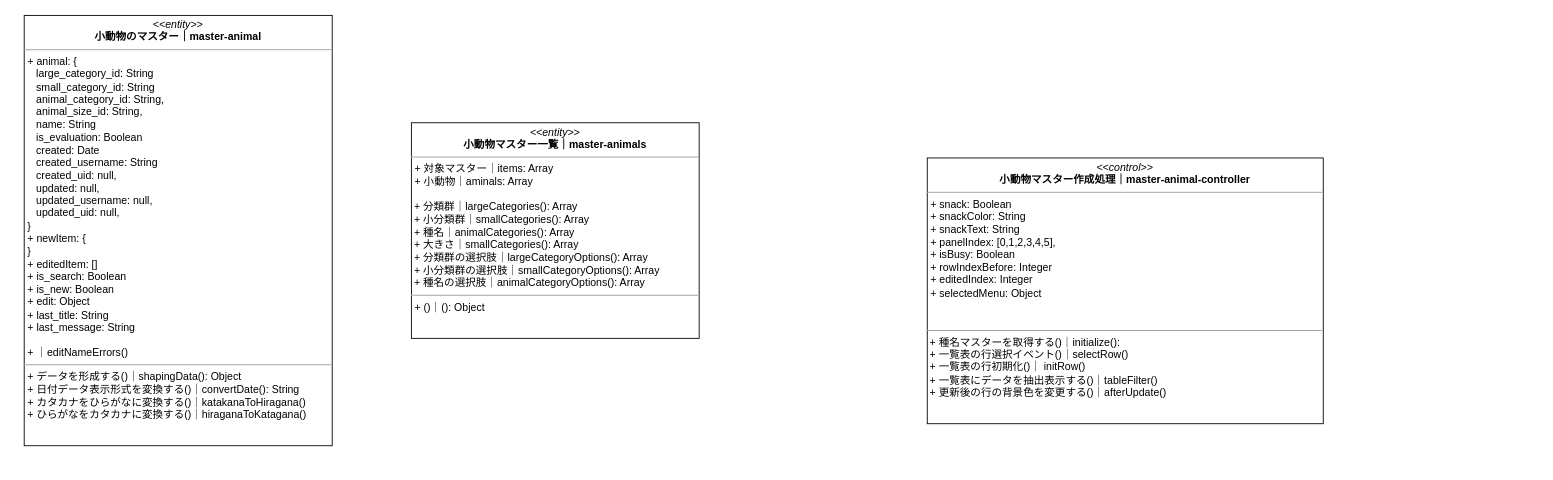
This is iriomote-anymaps.drawio from kaoru387/draw.io, a draw.io file, before an edit. Source tidied: cells renumbered, new cells numbered last; positions are measured from the earlier drawing's top-left corner, leaving out a move shared by most shapes. Both pictures are drawn from the tidied source at 88%, with x=0, y=0 at pixel (24, 15).
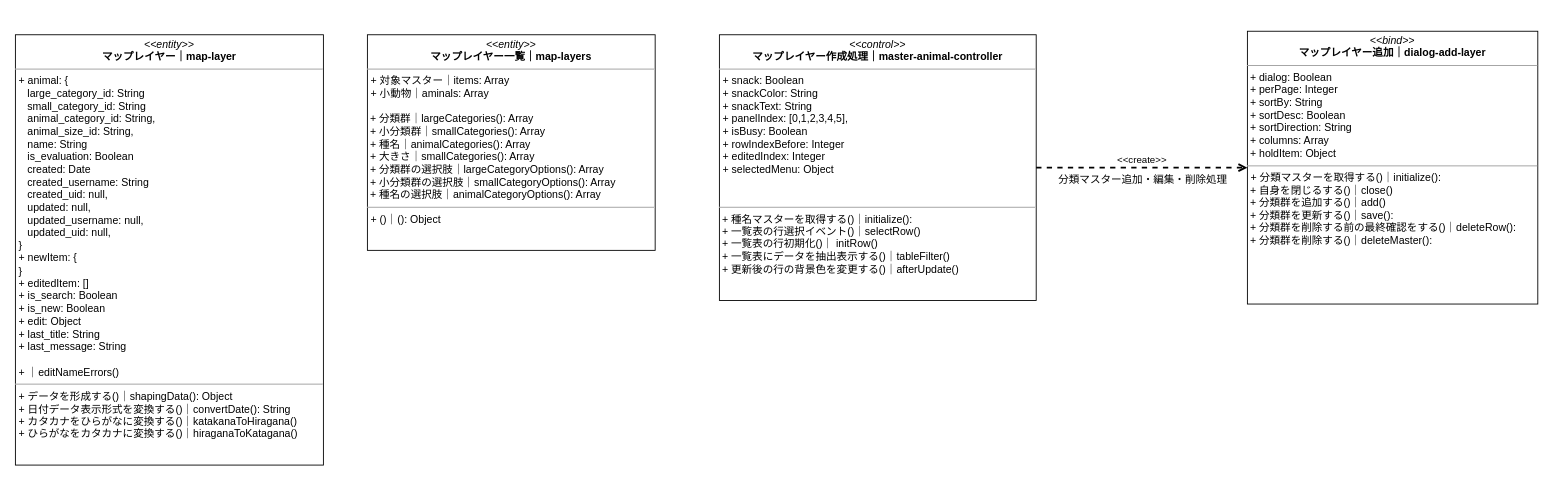
Above is the later version.

Commit message (it also covers changes not shown here):
iriomote-anymaps.drawio を更新します

What changed in the source:
```diff
@@
 <mxGraphModel>
   <root>
     <mxCell id="0" />
     <mxCell id="1" parent="0" />
-    <mxCell id="2" value="&lt;p style=&quot;margin:0px;margin-top:4px;text-align:center;&quot;&gt;&lt;i&gt;&amp;lt;&amp;lt;control&amp;gt;&amp;gt;&lt;/i&gt;&lt;br&gt;&lt;b&gt;小動物マスター作成処理｜master-animal-controller&lt;/b&gt;&lt;/p&gt;&lt;hr size=&quot;1&quot;&gt;&lt;p style=&quot;margin:0px;margin-left:4px;&quot;&gt;+&amp;nbsp;&lt;span style=&quot;background-color: initial;&quot;&gt;snack: Boolean&lt;/span&gt;&lt;/p&gt;&lt;p style=&quot;margin:0px;margin-left:4px;&quot;&gt;+ snackColor: String&lt;/p&gt;&lt;p style=&quot;margin:0px;margin-left:4px;&quot;&gt;+ snackText: String&lt;/p&gt;&lt;p style=&quot;margin:0px;margin-left:4px;&quot;&gt;+ panelIndex: [0,1,2,3,4,5],&lt;/p&gt;&lt;p style=&quot;margin:0px;margin-left:4px;&quot;&gt;+ isBusy: Boolean&lt;/p&gt;&lt;p style=&quot;margin:0px;margin-left:4px;&quot;&gt;+ rowIndexBefore: Integer&lt;/p&gt;&lt;p style=&quot;margin:0px;margin-left:4px;&quot;&gt;+ editedIndex: Integer&lt;/p&gt;&lt;p style=&quot;margin:0px;margin-left:4px;&quot;&gt;+ selectedMenu: Object&lt;/p&gt;&lt;br&gt;&lt;div&gt;&lt;/div&gt;&lt;br&gt;&lt;hr size=&quot;1&quot;&gt;&lt;p style=&quot;margin:0px;margin-left:4px;&quot;&gt;&lt;/p&gt;&amp;nbsp;+ 種名マスターを取得する()｜initialize():&amp;nbsp;&lt;br&gt;&amp;nbsp;&lt;span style=&quot;background-color: initial;&quot;&gt;+&amp;nbsp;&lt;/span&gt;一覧表の行選択イベント()｜&lt;span style=&quot;background-color: initial;&quot;&gt;selectRow()&lt;/span&gt;&lt;br&gt;&amp;nbsp;+ 一覧表の行初期化()｜&lt;span style=&quot;background-color: initial;&quot;&gt;&amp;nbsp;initRow()&lt;br&gt;&lt;/span&gt;&amp;nbsp;+ 一覧表にデータを抽出表示する()｜&lt;span style=&quot;background-color: initial;&quot;&gt;tableFilter()&lt;br&gt;&lt;/span&gt;&amp;nbsp;+ 更新後の行の背景色を変更する()｜&lt;span style=&quot;background-color: initial;&quot;&gt;afterUpdate()&lt;br&gt;&lt;/span&gt;" style="verticalAlign=top;align=left;overflow=fill;fontSize=12;fontFamily=Helvetica;html=1;" parent="1" vertex="1">
-      <mxGeometry x="1026.2" y="162" width="450" height="302" as="geometry" />
+    <mxCell id="2" value="&lt;p style=&quot;margin:0px;margin-top:4px;text-align:center;&quot;&gt;&lt;i&gt;&amp;lt;&amp;lt;control&amp;gt;&amp;gt;&lt;/i&gt;&lt;br&gt;&lt;b&gt;マップレイヤー作成処理｜master-animal-controller&lt;/b&gt;&lt;/p&gt;&lt;hr size=&quot;1&quot;&gt;&lt;p style=&quot;margin:0px;margin-left:4px;&quot;&gt;+&amp;nbsp;&lt;span style=&quot;background-color: initial;&quot;&gt;snack: Boolean&lt;/span&gt;&lt;/p&gt;&lt;p style=&quot;margin:0px;margin-left:4px;&quot;&gt;+ snackColor: String&lt;/p&gt;&lt;p style=&quot;margin:0px;margin-left:4px;&quot;&gt;+ snackText: String&lt;/p&gt;&lt;p style=&quot;margin:0px;margin-left:4px;&quot;&gt;+ panelIndex: [0,1,2,3,4,5],&lt;/p&gt;&lt;p style=&quot;margin:0px;margin-left:4px;&quot;&gt;+ isBusy: Boolean&lt;/p&gt;&lt;p style=&quot;margin:0px;margin-left:4px;&quot;&gt;+ rowIndexBefore: Integer&lt;/p&gt;&lt;p style=&quot;margin:0px;margin-left:4px;&quot;&gt;+ editedIndex: Integer&lt;/p&gt;&lt;p style=&quot;margin:0px;margin-left:4px;&quot;&gt;+ selectedMenu: Object&lt;/p&gt;&lt;br&gt;&lt;div&gt;&lt;/div&gt;&lt;br&gt;&lt;hr size=&quot;1&quot;&gt;&lt;p style=&quot;margin:0px;margin-left:4px;&quot;&gt;&lt;/p&gt;&amp;nbsp;+ 種名マスターを取得する()｜initialize():&amp;nbsp;&lt;br&gt;&amp;nbsp;&lt;span style=&quot;background-color: initial;&quot;&gt;+&amp;nbsp;&lt;/span&gt;一覧表の行選択イベント()｜&lt;span style=&quot;background-color: initial;&quot;&gt;selectRow()&lt;/span&gt;&lt;br&gt;&amp;nbsp;+ 一覧表の行初期化()｜&lt;span style=&quot;background-color: initial;&quot;&gt;&amp;nbsp;initRow()&lt;br&gt;&lt;/span&gt;&amp;nbsp;+ 一覧表にデータを抽出表示する()｜&lt;span style=&quot;background-color: initial;&quot;&gt;tableFilter()&lt;br&gt;&lt;/span&gt;&amp;nbsp;+ 更新後の行の背景色を変更する()｜&lt;span style=&quot;background-color: initial;&quot;&gt;afterUpdate()&lt;br&gt;&lt;/span&gt;" style="verticalAlign=top;align=left;overflow=fill;fontSize=12;fontFamily=Helvetica;html=1;" parent="1" vertex="1">
+      <mxGeometry x="790" y="22" width="360" height="302" as="geometry" />
     </mxCell>
-    <mxCell id="3" value="&lt;p style=&quot;margin:0px;margin-top:4px;text-align:center;&quot;&gt;&lt;i&gt;&amp;lt;&amp;lt;entity&amp;gt;&amp;gt;&lt;/i&gt;&lt;br&gt;&lt;b&gt;小動物のマスター｜master-animal&lt;/b&gt;&lt;/p&gt;&lt;hr size=&quot;1&quot;&gt;&lt;p style=&quot;margin:0px;margin-left:4px;&quot;&gt;&lt;span style=&quot;background-color: initial;&quot;&gt;+ animal: {&amp;nbsp;&lt;/span&gt;&lt;/p&gt;&lt;p style=&quot;margin:0px;margin-left:4px;&quot;&gt;&amp;nbsp; &amp;nbsp;large_category_id: String&lt;/p&gt;&lt;p style=&quot;margin:0px;margin-left:4px;&quot;&gt;&amp;nbsp; &amp;nbsp;small_category_id: String&lt;/p&gt;&lt;p style=&quot;margin:0px;margin-left:4px;&quot;&gt;&amp;nbsp; &amp;nbsp;animal_category_id: String,&lt;/p&gt;&lt;p style=&quot;margin:0px;margin-left:4px;&quot;&gt;&amp;nbsp; &amp;nbsp;animal_size_id: String,&lt;/p&gt;&lt;p style=&quot;margin:0px;margin-left:4px;&quot;&gt;&amp;nbsp; &amp;nbsp;name: String&lt;/p&gt;&lt;p style=&quot;margin:0px;margin-left:4px;&quot;&gt;&lt;span style=&quot;background-color: initial;&quot;&gt;&amp;nbsp; &amp;nbsp;is_evaluation: Boolean&lt;/span&gt;&lt;br&gt;&lt;/p&gt;&lt;p style=&quot;margin:0px;margin-left:4px;&quot;&gt;&amp;nbsp; &amp;nbsp;created: Date&lt;/p&gt;&lt;p style=&quot;margin:0px;margin-left:4px;&quot;&gt;&amp;nbsp; &amp;nbsp;created_username: String&lt;/p&gt;&lt;p style=&quot;margin:0px;margin-left:4px;&quot;&gt;&amp;nbsp; &amp;nbsp;created_uid: null,&lt;/p&gt;&lt;p style=&quot;margin:0px;margin-left:4px;&quot;&gt;&amp;nbsp; &amp;nbsp;updated: null,&lt;/p&gt;&lt;p style=&quot;margin:0px;margin-left:4px;&quot;&gt;&amp;nbsp; &amp;nbsp;updated_username: null,&lt;/p&gt;&lt;p style=&quot;margin:0px;margin-left:4px;&quot;&gt;&amp;nbsp; &amp;nbsp;updated_uid: null,&lt;/p&gt;&lt;p style=&quot;margin:0px;margin-left:4px;&quot;&gt;}&lt;/p&gt;&lt;p style=&quot;margin: 0px 0px 0px 4px;&quot;&gt;+&amp;nbsp;newItem: {&lt;/p&gt;&lt;p style=&quot;margin: 0px 0px 0px 4px;&quot;&gt;}&lt;/p&gt;&lt;p style=&quot;margin: 0px 0px 0px 4px;&quot;&gt;&lt;span style=&quot;background-color: initial;&quot;&gt;+ editedItem: []&lt;/span&gt;&lt;/p&gt;&lt;p style=&quot;margin: 0px 0px 0px 4px;&quot;&gt;+&amp;nbsp;is_search: Boolean&lt;/p&gt;&lt;p style=&quot;margin: 0px 0px 0px 4px;&quot;&gt;+&amp;nbsp;is_new: Boolean&lt;br&gt;&lt;/p&gt;&lt;p style=&quot;margin: 0px 0px 0px 4px;&quot;&gt;+&amp;nbsp;edit: Object&lt;br&gt;&lt;/p&gt;&lt;p style=&quot;margin: 0px 0px 0px 4px;&quot;&gt;+&amp;nbsp;last_title: String&lt;/p&gt;&lt;p style=&quot;margin: 0px 0px 0px 4px;&quot;&gt;+&amp;nbsp;last_message: String&lt;/p&gt;&lt;p style=&quot;margin: 0px 0px 0px 4px;&quot;&gt;&lt;br&gt;&lt;/p&gt;&lt;p style=&quot;margin: 0px 0px 0px 4px;&quot;&gt;+ ｜editNameErrors()&lt;/p&gt;&lt;hr size=&quot;1&quot;&gt;&lt;p style=&quot;margin:0px;margin-left:4px;&quot;&gt;+ データを形成する()｜shapingData(): Object&lt;br&gt;&lt;/p&gt;&lt;p style=&quot;margin:0px;margin-left:4px;&quot;&gt;+ 日付データ表示形式を変換する()｜convertDate(): String&lt;br&gt;&lt;/p&gt;&lt;p style=&quot;margin:0px;margin-left:4px;&quot;&gt;+ カタカナをひらがなに変換する()｜katakanaToHiragana()&lt;/p&gt;&lt;p style=&quot;margin:0px;margin-left:4px;&quot;&gt;+ ひらがなをカタカナ&lt;span style=&quot;background-color: initial;&quot;&gt;に変換する()｜hiraganaToKatagana()&lt;/span&gt;&lt;/p&gt;" style="verticalAlign=top;align=left;overflow=fill;fontSize=12;fontFamily=Helvetica;html=1;" parent="1" vertex="1">
-      <mxGeometry width="350" height="489" as="geometry" />
+    <mxCell id="3" value="&lt;p style=&quot;margin:0px;margin-top:4px;text-align:center;&quot;&gt;&lt;i&gt;&amp;lt;&amp;lt;entity&amp;gt;&amp;gt;&lt;/i&gt;&lt;br&gt;&lt;b&gt;マップレイヤー｜map-layer&lt;/b&gt;&lt;/p&gt;&lt;hr size=&quot;1&quot;&gt;&lt;p style=&quot;margin:0px;margin-left:4px;&quot;&gt;&lt;span style=&quot;background-color: initial;&quot;&gt;+ animal: {&amp;nbsp;&lt;/span&gt;&lt;/p&gt;&lt;p style=&quot;margin:0px;margin-left:4px;&quot;&gt;&amp;nbsp; &amp;nbsp;large_category_id: String&lt;/p&gt;&lt;p style=&quot;margin:0px;margin-left:4px;&quot;&gt;&amp;nbsp; &amp;nbsp;small_category_id: String&lt;/p&gt;&lt;p style=&quot;margin:0px;margin-left:4px;&quot;&gt;&amp;nbsp; &amp;nbsp;animal_category_id: String,&lt;/p&gt;&lt;p style=&quot;margin:0px;margin-left:4px;&quot;&gt;&amp;nbsp; &amp;nbsp;animal_size_id: String,&lt;/p&gt;&lt;p style=&quot;margin:0px;margin-left:4px;&quot;&gt;&amp;nbsp; &amp;nbsp;name: String&lt;/p&gt;&lt;p style=&quot;margin:0px;margin-left:4px;&quot;&gt;&lt;span style=&quot;background-color: initial;&quot;&gt;&amp;nbsp; &amp;nbsp;is_evaluation: Boolean&lt;/span&gt;&lt;br&gt;&lt;/p&gt;&lt;p style=&quot;margin:0px;margin-left:4px;&quot;&gt;&amp;nbsp; &amp;nbsp;created: Date&lt;/p&gt;&lt;p style=&quot;margin:0px;margin-left:4px;&quot;&gt;&amp;nbsp; &amp;nbsp;created_username: String&lt;/p&gt;&lt;p style=&quot;margin:0px;margin-left:4px;&quot;&gt;&amp;nbsp; &amp;nbsp;created_uid: null,&lt;/p&gt;&lt;p style=&quot;margin:0px;margin-left:4px;&quot;&gt;&amp;nbsp; &amp;nbsp;updated: null,&lt;/p&gt;&lt;p style=&quot;margin:0px;margin-left:4px;&quot;&gt;&amp;nbsp; &amp;nbsp;updated_username: null,&lt;/p&gt;&lt;p style=&quot;margin:0px;margin-left:4px;&quot;&gt;&amp;nbsp; &amp;nbsp;updated_uid: null,&lt;/p&gt;&lt;p style=&quot;margin:0px;margin-left:4px;&quot;&gt;}&lt;/p&gt;&lt;p style=&quot;margin: 0px 0px 0px 4px;&quot;&gt;+&amp;nbsp;newItem: {&lt;/p&gt;&lt;p style=&quot;margin: 0px 0px 0px 4px;&quot;&gt;}&lt;/p&gt;&lt;p style=&quot;margin: 0px 0px 0px 4px;&quot;&gt;&lt;span style=&quot;background-color: initial;&quot;&gt;+ editedItem: []&lt;/span&gt;&lt;/p&gt;&lt;p style=&quot;margin: 0px 0px 0px 4px;&quot;&gt;+&amp;nbsp;is_search: Boolean&lt;/p&gt;&lt;p style=&quot;margin: 0px 0px 0px 4px;&quot;&gt;+&amp;nbsp;is_new: Boolean&lt;br&gt;&lt;/p&gt;&lt;p style=&quot;margin: 0px 0px 0px 4px;&quot;&gt;+&amp;nbsp;edit: Object&lt;br&gt;&lt;/p&gt;&lt;p style=&quot;margin: 0px 0px 0px 4px;&quot;&gt;+&amp;nbsp;last_title: String&lt;/p&gt;&lt;p style=&quot;margin: 0px 0px 0px 4px;&quot;&gt;+&amp;nbsp;last_message: String&lt;/p&gt;&lt;p style=&quot;margin: 0px 0px 0px 4px;&quot;&gt;&lt;br&gt;&lt;/p&gt;&lt;p style=&quot;margin: 0px 0px 0px 4px;&quot;&gt;+ ｜editNameErrors()&lt;/p&gt;&lt;hr size=&quot;1&quot;&gt;&lt;p style=&quot;margin:0px;margin-left:4px;&quot;&gt;+ データを形成する()｜shapingData(): Object&lt;br&gt;&lt;/p&gt;&lt;p style=&quot;margin:0px;margin-left:4px;&quot;&gt;+ 日付データ表示形式を変換する()｜convertDate(): String&lt;br&gt;&lt;/p&gt;&lt;p style=&quot;margin:0px;margin-left:4px;&quot;&gt;+ カタカナをひらがなに変換する()｜katakanaToHiragana()&lt;/p&gt;&lt;p style=&quot;margin:0px;margin-left:4px;&quot;&gt;+ ひらがなをカタカナ&lt;span style=&quot;background-color: initial;&quot;&gt;に変換する()｜hiraganaToKatagana()&lt;/span&gt;&lt;/p&gt;" style="verticalAlign=top;align=left;overflow=fill;fontSize=12;fontFamily=Helvetica;html=1;" parent="1" vertex="1">
+      <mxGeometry x="-10" y="22" width="350" height="489" as="geometry" />
     </mxCell>
-    <mxCell id="4" value="&lt;p style=&quot;margin:0px;margin-top:4px;text-align:center;&quot;&gt;&lt;i&gt;&amp;lt;&amp;lt;entity&amp;gt;&amp;gt;&lt;/i&gt;&lt;br&gt;&lt;b&gt;小動物マスター一覧｜master-animals&lt;/b&gt;&lt;br&gt;&lt;/p&gt;&lt;hr size=&quot;1&quot;&gt;&lt;p style=&quot;margin:0px;margin-left:4px;&quot;&gt;+ 対象マスター｜items: Array&lt;/p&gt;&lt;p style=&quot;margin:0px;margin-left:4px;&quot;&gt;+ 小動物｜aminals: Array&lt;br&gt;&lt;/p&gt;&lt;p style=&quot;margin:0px;margin-left:4px;&quot;&gt;&lt;br&gt;&lt;/p&gt;&lt;div style=&quot;&quot;&gt;&lt;div&gt;&amp;nbsp;+ 分類群｜largeCategories(): Array&lt;/div&gt;&lt;div&gt;&amp;nbsp;+ 小分類群｜smallCategories(): Array&lt;/div&gt;&lt;div&gt;&amp;nbsp;+ 種名｜animalCategories(): Array&lt;br&gt;&lt;/div&gt;&lt;div&gt;&amp;nbsp;+ 大きさ｜smallCategories(): Array&lt;br&gt;&lt;/div&gt;&lt;div&gt;&amp;nbsp;+ 分類群の選択肢｜largeCategoryOptions(): Array&lt;/div&gt;&lt;div&gt;&amp;nbsp;+ 小分類群の選択肢｜smallCategoryOptions(): Array&lt;br&gt;&lt;/div&gt;&lt;div&gt;&amp;nbsp;+ 種名の選択肢｜animalCategoryOptions(): Array&lt;/div&gt;&lt;/div&gt;&lt;hr size=&quot;1&quot;&gt;&lt;p style=&quot;margin:0px;margin-left:4px;&quot;&gt;&lt;span style=&quot;background-color: initial;&quot;&gt;+ ()｜(): Object&lt;/span&gt;&lt;br&gt;&lt;/p&gt;&lt;p style=&quot;margin:0px;margin-left:4px;&quot;&gt;&lt;br&gt;&lt;/p&gt;" style="verticalAlign=top;align=left;overflow=fill;fontSize=12;fontFamily=Helvetica;html=1;fontColor=#000000;" parent="1" vertex="1">
-      <mxGeometry x="440" y="122" width="327" height="245" as="geometry" />
+    <mxCell id="4" value="&lt;p style=&quot;margin:0px;margin-top:4px;text-align:center;&quot;&gt;&lt;i&gt;&amp;lt;&amp;lt;entity&amp;gt;&amp;gt;&lt;/i&gt;&lt;br&gt;&lt;b&gt;マップレイヤー一覧｜&lt;/b&gt;&lt;b&gt;map-layer&lt;/b&gt;&lt;b&gt;s&lt;/b&gt;&lt;br&gt;&lt;/p&gt;&lt;hr size=&quot;1&quot;&gt;&lt;p style=&quot;margin:0px;margin-left:4px;&quot;&gt;+ 対象マスター｜items: Array&lt;/p&gt;&lt;p style=&quot;margin:0px;margin-left:4px;&quot;&gt;+ 小動物｜aminals: Array&lt;br&gt;&lt;/p&gt;&lt;p style=&quot;margin:0px;margin-left:4px;&quot;&gt;&lt;br&gt;&lt;/p&gt;&lt;div style=&quot;&quot;&gt;&lt;div&gt;&amp;nbsp;+ 分類群｜largeCategories(): Array&lt;/div&gt;&lt;div&gt;&amp;nbsp;+ 小分類群｜smallCategories(): Array&lt;/div&gt;&lt;div&gt;&amp;nbsp;+ 種名｜animalCategories(): Array&lt;br&gt;&lt;/div&gt;&lt;div&gt;&amp;nbsp;+ 大きさ｜smallCategories(): Array&lt;br&gt;&lt;/div&gt;&lt;div&gt;&amp;nbsp;+ 分類群の選択肢｜largeCategoryOptions(): Array&lt;/div&gt;&lt;div&gt;&amp;nbsp;+ 小分類群の選択肢｜smallCategoryOptions(): Array&lt;br&gt;&lt;/div&gt;&lt;div&gt;&amp;nbsp;+ 種名の選択肢｜animalCategoryOptions(): Array&lt;/div&gt;&lt;/div&gt;&lt;hr size=&quot;1&quot;&gt;&lt;p style=&quot;margin:0px;margin-left:4px;&quot;&gt;&lt;span style=&quot;background-color: initial;&quot;&gt;+ ()｜(): Object&lt;/span&gt;&lt;br&gt;&lt;/p&gt;&lt;p style=&quot;margin:0px;margin-left:4px;&quot;&gt;&lt;br&gt;&lt;/p&gt;" style="verticalAlign=top;align=left;overflow=fill;fontSize=12;fontFamily=Helvetica;html=1;fontColor=#000000;" parent="1" vertex="1">
+      <mxGeometry x="390" y="22" width="327" height="245" as="geometry" />
     </mxCell>
+    <mxCell id="5" value="&lt;p style=&quot;margin:0px;margin-top:4px;text-align:center;&quot;&gt;&lt;i&gt;&amp;lt;&amp;lt;bind&amp;gt;&amp;gt;&lt;/i&gt;&lt;br&gt;&lt;b&gt;マップレイヤー追加｜&lt;/b&gt;&lt;b style=&quot;background-color: initial;&quot;&gt;dialog-add-layer&lt;/b&gt;&lt;/p&gt;&lt;hr size=&quot;1&quot;&gt;&lt;div&gt;&lt;span style=&quot;background-color: initial;&quot;&gt;&amp;nbsp;+ dialog: Boolean&lt;/span&gt;&lt;/div&gt;&lt;div&gt;&amp;nbsp;+ perPage: Integer&lt;/div&gt;&amp;nbsp;+&amp;nbsp;&lt;span style=&quot;background-color: initial;&quot;&gt;sortBy: String&lt;/span&gt;&lt;br&gt;&amp;nbsp;+&amp;nbsp;&lt;span style=&quot;background-color: initial;&quot;&gt;sortDesc: Boolean&lt;/span&gt;&lt;br&gt;&amp;nbsp;+&amp;nbsp;&lt;span style=&quot;background-color: initial;&quot;&gt;sortDirection: String&lt;/span&gt;&lt;br&gt;&amp;nbsp;+&amp;nbsp;&lt;span style=&quot;background-color: initial;&quot;&gt;columns: Array&lt;/span&gt;&lt;span style=&quot;background-color: initial;&quot;&gt;&lt;br&gt;&lt;/span&gt;&amp;nbsp;+&amp;nbsp;&lt;span style=&quot;background-color: initial;&quot;&gt;holdItem: Object&lt;/span&gt;&lt;br&gt;&lt;hr size=&quot;1&quot;&gt;&lt;p style=&quot;margin:0px;margin-left:4px;&quot;&gt;+ 分類マスターを取得する()｜initialize():&amp;nbsp;&lt;/p&gt;&amp;nbsp;+ 自身を閉じるする()｜close()&lt;br&gt;&amp;nbsp;+ 分類群を追加する()｜add()&lt;br&gt;&amp;nbsp;+ 分類群を更新する()｜save():&amp;nbsp;&lt;br&gt;&amp;nbsp;+ 分類群を削除する前の最終確認をする()｜deleteRow():&amp;nbsp;&lt;br&gt;&amp;nbsp;+ 分類群を削除する()｜deleteMaster():&amp;nbsp;" style="verticalAlign=top;align=left;overflow=fill;fontSize=12;fontFamily=Helvetica;html=1;" parent="1" vertex="1">
+      <mxGeometry x="1390" y="18" width="330" height="310" as="geometry" />
+    </mxCell>
+    <mxCell id="6" value="&amp;lt;&amp;lt;create&amp;gt;&amp;gt;" style="endArrow=open;html=1;rounded=0;align=center;verticalAlign=bottom;dashed=1;endFill=0;labelBackgroundColor=none;fontColor=#000000;startSize=22;endSize=6;sourcePerimeterSpacing=0;targetPerimeterSpacing=0;strokeWidth=2;jumpSize=6;exitX=1;exitY=0.5;exitDx=0;exitDy=0;entryX=0;entryY=0.5;entryDx=0;entryDy=0;" parent="1" edge="1" source="2" target="5">
+      <mxGeometry relative="1" as="geometry" />
+    </mxCell>
+    <mxCell id="7" value="分類マスター追加・編集・削除処理" style="html=1;align=center;verticalAlign=top;labelBackgroundColor=none;fontColor=#000000;" parent="6" vertex="1">
+      <mxGeometry relative="1" as="geometry" />
+    </mxCell>
   </root>
 </mxGraphModel>
```
